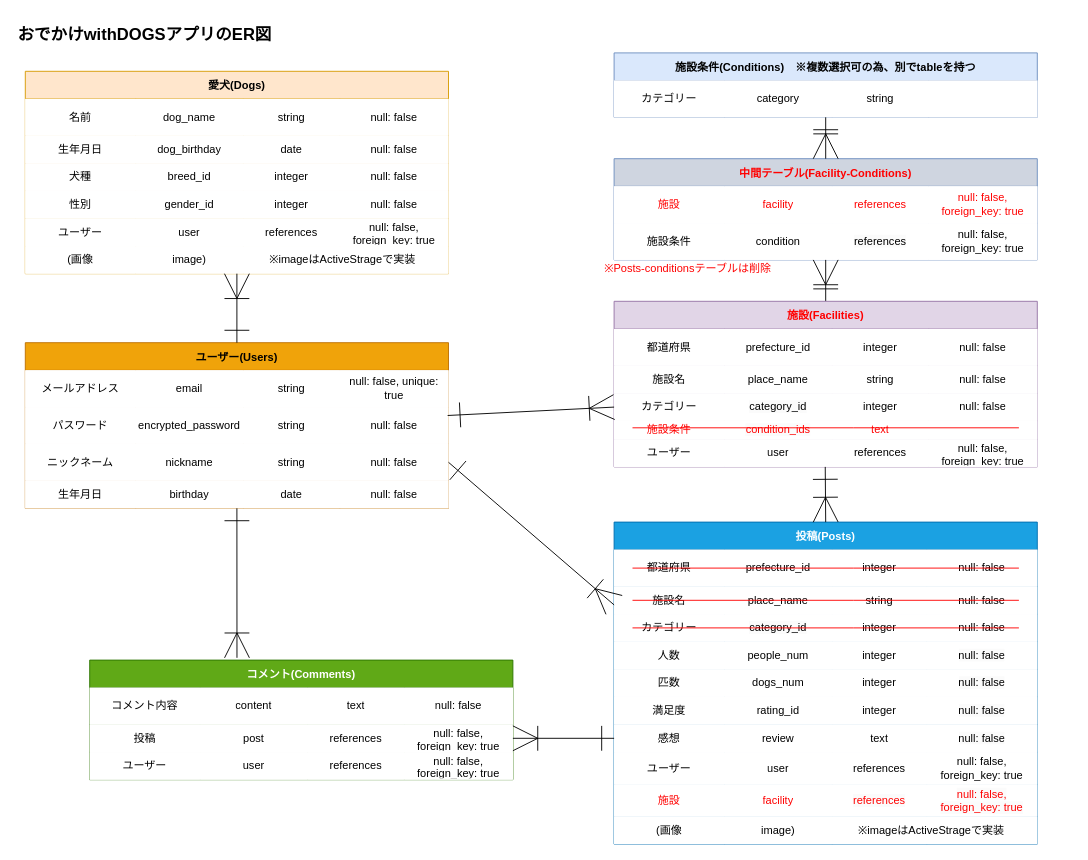
Earlier version of the draw.io diagram OwD_ER.dio (ChisatoMatoba/odekake-with-dogs). Source tidied: cells renumbered, new cells numbered last; positions are measured from the earlier drawing's top-left corner, leaving out a move shared by most shapes. Both pictures are drawn from the tidied source at 92%, with x=0, y=0 at pixel (16, 16).
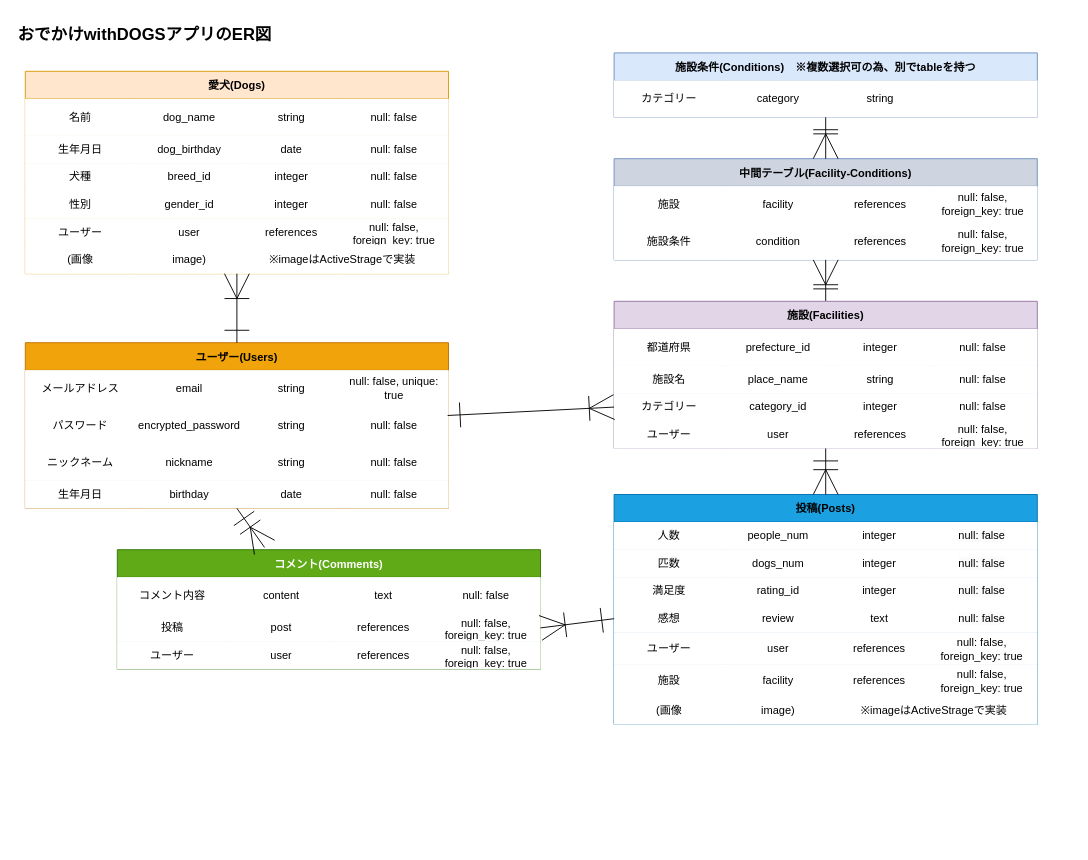
Above is the later version.

Commit message (it also covers changes not shown here):
ER図 前回変更点clear

Unchanged cells that the change refers to:
```xml
<mxCell id="65" style="shape=tableRow;horizontal=0;startSize=0;swimlaneHead=0;swimlaneBody=0;top=0;left=0;bottom=0;right=0;fillColor=#FFFFFF;points=[[0,0.5],[1,0.5]];portConstraint=eastwest;strokeColor=#000000;" parent="54" vertex="1">
  <mxGeometry y="110" width="460" height="40" as="geometry" />
</mxCell>
```

What changed in the source:
```diff
@@
-    <mxCell id="2" value="投稿(Posts)" style="shape=table;startSize=30;childLayout=tableLayout;fontStyle=1;align=center;fillColor=#1ba1e2;strokeColor=#006EAF;fontColor=#ffffff;" parent="1" vertex="1">
-      <mxGeometry x="650" y="550" width="460" height="350" as="geometry" />
+    <mxCell id="2" value="投稿(Posts)" style="shape=table;startSize=30;childLayout=tableLayout;fontStyle=1;align=center;fillColor=#1ba1e2;strokeColor=#006EAF;fontColor=#000000;" parent="1" vertex="1">
+      <mxGeometry x="650" y="520" width="460" height="250" as="geometry" />
     </mxCell>
-    <mxCell id="3" style="shape=tableRow;horizontal=0;startSize=0;swimlaneHead=0;swimlaneBody=0;top=0;left=0;bottom=0;right=0;fillColor=#FFFFFF;strokeColor=#000000;" parent="2" vertex="1">
-      <mxGeometry y="30" width="460" height="40" as="geometry" />
-    </mxCell>
-    <mxCell id="4" value="都道府県" style="shape=partialRectangle;html=1;whiteSpace=wrap;fillColor=#FFFFFF;top=0;left=0;bottom=0;right=0;overflow=hidden;strokeColor=#000000;" parent="3" vertex="1">
-      <mxGeometry width="120" height="40" as="geometry" />
-    </mxCell>
-    <mxCell id="5" value="prefecture_id" style="shape=partialRectangle;html=1;whiteSpace=wrap;fillColor=#FFFFFF;top=0;left=0;bottom=0;right=0;overflow=hidden;strokeColor=#000000;" parent="3" vertex="1">
-      <mxGeometry x="120" width="117" height="40" as="geometry" />
-    </mxCell>
-    <mxCell id="6" value="integer" style="shape=partialRectangle;html=1;whiteSpace=wrap;fillColor=#FFFFFF;top=0;left=0;bottom=0;right=0;overflow=hidden;strokeColor=#000000;" parent="3" vertex="1">
-      <mxGeometry x="237" width="103" height="40" as="geometry" />
-    </mxCell>
-    <mxCell id="7" value="null: false               " style="shape=partialRectangle;html=1;whiteSpace=wrap;fillColor=#FFFFFF;top=0;left=0;bottom=0;right=0;overflow=hidden;strokeColor=#000000;" parent="3" vertex="1">
-      <mxGeometry x="340" width="120" height="40" as="geometry" />
-    </mxCell>
-    <mxCell id="8" style="shape=tableRow;horizontal=0;startSize=0;swimlaneHead=0;swimlaneBody=0;top=0;left=0;bottom=0;right=0;fillColor=#FFFFFF;points=[[0,0.5],[1,0.5]];portConstraint=eastwest;strokeColor=#000000;" parent="2" vertex="1">
-      <mxGeometry y="70" width="460" height="30" as="geometry" />
-    </mxCell>
-    <mxCell id="9" value="施設名" style="shape=partialRectangle;html=1;whiteSpace=wrap;fillColor=#FFFFFF;top=0;left=0;bottom=0;right=0;overflow=hidden;strokeColor=#000000;" parent="8" vertex="1">
-      <mxGeometry width="120" height="30" as="geometry" />
-    </mxCell>
-    <mxCell id="10" value="place_name" style="shape=partialRectangle;html=1;whiteSpace=wrap;fillColor=#FFFFFF;top=0;left=0;bottom=0;right=0;overflow=hidden;strokeColor=#000000;" parent="8" vertex="1">
-      <mxGeometry x="120" width="117" height="30" as="geometry" />
-    </mxCell>
-    <mxCell id="11" value="string" style="shape=partialRectangle;html=1;whiteSpace=wrap;fillColor=#FFFFFF;top=0;left=0;bottom=0;right=0;overflow=hidden;strokeColor=#000000;" parent="8" vertex="1">
-      <mxGeometry x="237" width="103" height="30" as="geometry" />
-    </mxCell>
-    <mxCell id="12" value="null: false               " style="shape=partialRectangle;html=1;whiteSpace=wrap;fillColor=#FFFFFF;top=0;left=0;bottom=0;right=0;overflow=hidden;strokeColor=#000000;" parent="8" vertex="1">
-      <mxGeometry x="340" width="120" height="30" as="geometry" />
-    </mxCell>
-    <mxCell id="13" style="shape=tableRow;horizontal=0;startSize=0;swimlaneHead=0;swimlaneBody=0;top=0;left=0;bottom=0;right=0;fillColor=#FFFFFF;strokeColor=#000000;" parent="2" vertex="1">
-      <mxGeometry y="100" width="460" height="30" as="geometry" />
-    </mxCell>
-    <mxCell id="14" value="カテゴリー" style="shape=partialRectangle;html=1;whiteSpace=wrap;fillColor=#FFFFFF;top=0;left=0;bottom=0;right=0;overflow=hidden;strokeColor=#000000;" parent="13" vertex="1">
-      <mxGeometry width="120" height="30" as="geometry" />
-    </mxCell>
-    <mxCell id="15" value="&lt;span style=&quot;color: rgb(0, 0, 0); font-family: Helvetica; font-size: 12px; font-style: normal; font-variant-ligatures: normal; font-variant-caps: normal; font-weight: 400; letter-spacing: normal; orphans: 2; text-align: center; text-indent: 0px; text-transform: none; widows: 2; word-spacing: 0px; -webkit-text-stroke-width: 0px; background-color: rgb(251, 251, 251); text-decoration-thickness: initial; text-decoration-style: initial; text-decoration-color: initial; float: none; display: inline !important;&quot;&gt;category_id&lt;/span&gt;" style="shape=partialRectangle;html=1;whiteSpace=wrap;fillColor=#FFFFFF;top=0;left=0;bottom=0;right=0;overflow=hidden;strokeColor=#000000;" parent="13" vertex="1">
-      <mxGeometry x="120" width="117" height="30" as="geometry" />
-    </mxCell>
-    <mxCell id="16" value="integer" style="shape=partialRectangle;html=1;whiteSpace=wrap;fillColor=#FFFFFF;top=0;left=0;bottom=0;right=0;overflow=hidden;strokeColor=#000000;" parent="13" vertex="1">
-      <mxGeometry x="237" width="103" height="30" as="geometry" />
-    </mxCell>
-    <mxCell id="17" value="null: false" style="shape=partialRectangle;html=1;whiteSpace=wrap;fillColor=#FFFFFF;top=0;left=0;bottom=0;right=0;overflow=hidden;strokeColor=#000000;" parent="13" vertex="1">
-      <mxGeometry x="340" width="120" height="30" as="geometry" />
-    </mxCell>
     <mxCell id="18" style="shape=tableRow;horizontal=0;startSize=0;swimlaneHead=0;swimlaneBody=0;top=0;left=0;bottom=0;right=0;fillColor=#FFFFFF;strokeColor=#000000;" parent="2" vertex="1">
-      <mxGeometry y="130" width="460" height="30" as="geometry" />
+      <mxGeometry y="30" width="460" height="30" as="geometry" />
     </mxCell>
@@
     <mxCell id="23" style="shape=tableRow;horizontal=0;startSize=0;swimlaneHead=0;swimlaneBody=0;top=0;left=0;bottom=0;right=0;fillColor=#FFFFFF;strokeColor=#000000;" parent="2" vertex="1">
-      <mxGeometry y="160" width="460" height="30" as="geometry" />
+      <mxGeometry y="60" width="460" height="30" as="geometry" />
     </mxCell>
@@
     <mxCell id="28" style="shape=tableRow;horizontal=0;startSize=0;swimlaneHead=0;swimlaneBody=0;top=0;left=0;bottom=0;right=0;fillColor=#FFFFFF;strokeColor=#000000;" parent="2" vertex="1">
-      <mxGeometry y="190" width="460" height="30" as="geometry" />
+      <mxGeometry y="90" width="460" height="30" as="geometry" />
     </mxCell>
@@
     <mxCell id="33" style="shape=tableRow;horizontal=0;startSize=0;swimlaneHead=0;swimlaneBody=0;top=0;left=0;bottom=0;right=0;fillColor=#FFFFFF;points=[[0,0.5],[1,0.5]];portConstraint=eastwest;strokeColor=#000000;" parent="2" vertex="1">
-      <mxGeometry y="220" width="460" height="30" as="geometry" />
+      <mxGeometry y="120" width="460" height="30" as="geometry" />
     </mxCell>
@@
     <mxCell id="38" style="shape=tableRow;horizontal=0;startSize=0;swimlaneHead=0;swimlaneBody=0;top=0;left=0;bottom=0;right=0;fillColor=#FFFFFF;strokeColor=#000000;" parent="2" vertex="1">
-      <mxGeometry y="250" width="460" height="35" as="geometry" />
+      <mxGeometry y="150" width="460" height="35" as="geometry" />
     </mxCell>
@@
     <mxCell id="43" style="shape=tableRow;horizontal=0;startSize=0;swimlaneHead=0;swimlaneBody=0;top=0;left=0;bottom=0;right=0;fillColor=#FFFFFF;strokeColor=#000000;" parent="2" vertex="1">
-      <mxGeometry y="285" width="460" height="35" as="geometry" />
+      <mxGeometry y="185" width="460" height="35" as="geometry" />
     </mxCell>
-    <mxCell id="44" value="施設" style="shape=partialRectangle;html=1;whiteSpace=wrap;fillColor=#FFFFFF;top=0;left=0;bottom=0;right=0;overflow=hidden;strokeColor=#000000;fontColor=#FF0000;" parent="43" vertex="1">
+    <mxCell id="44" value="施設" style="shape=partialRectangle;html=1;whiteSpace=wrap;fillColor=#FFFFFF;top=0;left=0;bottom=0;right=0;overflow=hidden;strokeColor=#000000;fontColor=#000000;labelBackgroundColor=none;" parent="43" vertex="1">
       <mxGeometry width="120" height="35" as="geometry" />
     </mxCell>
-    <mxCell id="45" value="facility" style="shape=partialRectangle;html=1;whiteSpace=wrap;fillColor=#FFFFFF;top=0;left=0;bottom=0;right=0;overflow=hidden;strokeColor=#000000;fontColor=#FF0000;" parent="43" vertex="1">
+    <mxCell id="45" value="facility" style="shape=partialRectangle;html=1;whiteSpace=wrap;fillColor=#FFFFFF;top=0;left=0;bottom=0;right=0;overflow=hidden;strokeColor=#000000;fontColor=#000000;labelBackgroundColor=none;" parent="43" vertex="1">
       <mxGeometry x="120" width="117" height="35" as="geometry" />
     </mxCell>
-    <mxCell id="46" value="&lt;span style=&quot;font-family: Helvetica; font-size: 12px; font-style: normal; font-variant-ligatures: normal; font-variant-caps: normal; font-weight: 400; letter-spacing: normal; orphans: 2; text-align: center; text-indent: 0px; text-transform: none; widows: 2; word-spacing: 0px; -webkit-text-stroke-width: 0px; background-color: rgb(251, 251, 251); text-decoration-thickness: initial; text-decoration-style: initial; text-decoration-color: initial; float: none; display: inline !important;&quot;&gt;references&lt;/span&gt;" style="shape=partialRectangle;html=1;whiteSpace=wrap;fillColor=#FFFFFF;top=0;left=0;bottom=0;right=0;overflow=hidden;strokeColor=#000000;fontColor=#FF0000;" parent="43" vertex="1">
+    <mxCell id="46" value="&lt;span style=&quot;font-family: Helvetica; font-size: 12px; font-style: normal; font-variant-ligatures: normal; font-variant-caps: normal; font-weight: 400; letter-spacing: normal; orphans: 2; text-align: center; text-indent: 0px; text-transform: none; widows: 2; word-spacing: 0px; -webkit-text-stroke-width: 0px; text-decoration-thickness: initial; text-decoration-style: initial; text-decoration-color: initial; float: none; display: inline !important;&quot;&gt;references&lt;/span&gt;" style="shape=partialRectangle;html=1;whiteSpace=wrap;fillColor=#FFFFFF;top=0;left=0;bottom=0;right=0;overflow=hidden;strokeColor=#000000;fontColor=#000000;labelBackgroundColor=none;" parent="43" vertex="1">
       <mxGeometry x="237" width="103" height="35" as="geometry" />
     </mxCell>
-    <mxCell id="47" value="&lt;span style=&quot;font-family: Helvetica; font-size: 12px; font-style: normal; font-variant-ligatures: normal; font-variant-caps: normal; font-weight: 400; letter-spacing: normal; orphans: 2; text-align: center; text-indent: 0px; text-transform: none; widows: 2; word-spacing: 0px; -webkit-text-stroke-width: 0px; background-color: rgb(251, 251, 251); text-decoration-thickness: initial; text-decoration-style: initial; text-decoration-color: initial; float: none; display: inline !important;&quot;&gt;null: false, foreign_key: true&lt;/span&gt;" style="shape=partialRectangle;html=1;whiteSpace=wrap;fillColor=#FFFFFF;top=0;left=0;bottom=0;right=0;overflow=hidden;strokeColor=#000000;fontColor=#FF0000;" parent="43" vertex="1">
+    <mxCell id="47" value="&lt;span style=&quot;font-family: Helvetica; font-size: 12px; font-style: normal; font-variant-ligatures: normal; font-variant-caps: normal; font-weight: 400; letter-spacing: normal; orphans: 2; text-align: center; text-indent: 0px; text-transform: none; widows: 2; word-spacing: 0px; -webkit-text-stroke-width: 0px; text-decoration-thickness: initial; text-decoration-style: initial; text-decoration-color: initial; float: none; display: inline !important;&quot;&gt;null: false, foreign_key: true&lt;/span&gt;" style="shape=partialRectangle;html=1;whiteSpace=wrap;fillColor=#FFFFFF;top=0;left=0;bottom=0;right=0;overflow=hidden;strokeColor=#000000;fontColor=#000000;labelBackgroundColor=none;" parent="43" vertex="1">
       <mxGeometry x="340" width="120" height="35" as="geometry" />
     </mxCell>
     <mxCell id="48" style="shape=tableRow;horizontal=0;startSize=0;swimlaneHead=0;swimlaneBody=0;top=0;left=0;bottom=0;right=0;fillColor=#FFFFFF;strokeColor=#000000;" parent="2" vertex="1">
-      <mxGeometry y="320" width="460" height="30" as="geometry" />
+      <mxGeometry y="220" width="460" height="30" as="geometry" />
     </mxCell>
@@
     <mxCell id="106" value="コメント(Comments)" style="shape=table;startSize=30;childLayout=tableLayout;fontStyle=1;align=center;fillColor=#60a917;strokeColor=#2D7600;fontColor=#ffffff;" parent="1" vertex="1">
-      <mxGeometry x="80" y="700" width="460" height="130" as="geometry" />
+      <mxGeometry x="110" y="580" width="460" height="130" as="geometry" />
     </mxCell>
@@
-    <mxCell id="122" style="fontSize=12;html=1;endArrow=ERoneToMany;exitX=1;exitY=0.5;exitDx=0;exitDy=0;entryX=0;entryY=0.667;entryDx=0;entryDy=0;strokeWidth=1;startSize=25;endSize=25;startArrow=ERone;startFill=0;fillColor=#FFFFFF;strokeColor=#000000;entryPerimeter=0;" parent="1" edge="1" source="65" target="8">
-      <mxGeometry relative="1" as="geometry" />
-    </mxCell>
@@
-    <mxCell id="133" value="中間テーブル(Facility-Conditions)" style="shape=table;startSize=30;childLayout=tableLayout;fontStyle=1;align=center;fillColor=#CFD5E0;strokeColor=#6c8ebf;fontColor=#FF0000;" parent="1" vertex="1">
+    <mxCell id="133" value="中間テーブル(Facility-Conditions)" style="shape=table;startSize=30;childLayout=tableLayout;fontStyle=1;align=center;fillColor=#CFD5E0;strokeColor=#6c8ebf;fontColor=#000000;" parent="1" vertex="1">
       <mxGeometry x="650" y="155" width="460" height="110" as="geometry" />
     </mxCell>
-    <mxCell id="134" style="shape=tableRow;horizontal=0;startSize=0;swimlaneHead=0;swimlaneBody=0;top=0;left=0;bottom=0;right=0;fillColor=#FFFFFF;strokeColor=#000000;" parent="133" vertex="1">
+    <mxCell id="134" style="shape=tableRow;horizontal=0;startSize=0;swimlaneHead=0;swimlaneBody=0;top=0;left=0;bottom=0;right=0;fillColor=#FFFFFF;strokeColor=#000000;fontColor=#000000;" parent="133" vertex="1">
       <mxGeometry y="30" width="460" height="40" as="geometry" />
     </mxCell>
-    <mxCell id="135" value="&lt;font color=&quot;#ff0000&quot;&gt;施設&lt;/font&gt;" style="shape=partialRectangle;html=1;whiteSpace=wrap;fillColor=#FFFFFF;top=0;left=0;bottom=0;right=0;overflow=hidden;strokeColor=#000000;" parent="134" vertex="1">
+    <mxCell id="135" value="&lt;font&gt;施設&lt;/font&gt;" style="shape=partialRectangle;html=1;whiteSpace=wrap;fillColor=#FFFFFF;top=0;left=0;bottom=0;right=0;overflow=hidden;strokeColor=#000000;fontColor=#000000;" parent="134" vertex="1">
       <mxGeometry width="120" height="40" as="geometry" />
     </mxCell>
-    <mxCell id="136" value="&lt;font color=&quot;#ff0000&quot;&gt;facility&lt;/font&gt;" style="shape=partialRectangle;html=1;whiteSpace=wrap;fillColor=#FFFFFF;top=0;left=0;bottom=0;right=0;overflow=hidden;strokeColor=#000000;" parent="134" vertex="1">
+    <mxCell id="136" value="&lt;font&gt;facility&lt;/font&gt;" style="shape=partialRectangle;html=1;whiteSpace=wrap;fillColor=#FFFFFF;top=0;left=0;bottom=0;right=0;overflow=hidden;strokeColor=#000000;fontColor=#000000;" parent="134" vertex="1">
       <mxGeometry x="120" width="117" height="40" as="geometry" />
     </mxCell>
-    <mxCell id="137" value="references" style="shape=partialRectangle;html=1;whiteSpace=wrap;fillColor=#FFFFFF;top=0;left=0;bottom=0;right=0;overflow=hidden;strokeColor=#000000;fontColor=#FF0000;" parent="134" vertex="1">
+    <mxCell id="137" value="references" style="shape=partialRectangle;html=1;whiteSpace=wrap;fillColor=#FFFFFF;top=0;left=0;bottom=0;right=0;overflow=hidden;strokeColor=#000000;fontColor=#000000;" parent="134" vertex="1">
       <mxGeometry x="237" width="105" height="40" as="geometry" />
     </mxCell>
-    <mxCell id="138" value="null: false, foreign_key: true" style="shape=partialRectangle;html=1;whiteSpace=wrap;fillColor=#FFFFFF;top=0;left=0;bottom=0;right=0;overflow=hidden;strokeColor=#000000;fontColor=#FF0000;" parent="134" vertex="1">
+    <mxCell id="138" value="null: false, foreign_key: true" style="shape=partialRectangle;html=1;whiteSpace=wrap;fillColor=#FFFFFF;top=0;left=0;bottom=0;right=0;overflow=hidden;strokeColor=#000000;fontColor=#000000;" parent="134" vertex="1">
       <mxGeometry x="342" width="118" height="40" as="geometry" />
     </mxCell>
@@
-    <mxCell id="144" value="※imageはActiveStrageで実装" style="text;html=1;strokeColor=none;fillColor=none;align=center;verticalAlign=middle;whiteSpace=wrap;rounded=0;" parent="1" vertex="1">
-      <mxGeometry x="860" y="870" width="270" height="30" as="geometry" />
-    </mxCell>
@@
-    <mxCell id="147" value="施設(Facilities)" style="shape=table;startSize=30;childLayout=tableLayout;fontStyle=1;align=center;fillColor=#e1d5e7;strokeColor=#9673a6;fontColor=#FF0000;" parent="1" vertex="1">
-      <mxGeometry x="650" y="310" width="460" height="180" as="geometry" />
+    <mxCell id="147" value="施設(Facilities)" style="shape=table;startSize=30;childLayout=tableLayout;fontStyle=1;align=center;fillColor=#e1d5e7;strokeColor=#9673a6;fontColor=#000000;" parent="1" vertex="1">
+      <mxGeometry x="650" y="310" width="460" height="160" as="geometry" />
     </mxCell>
@@
-    <mxCell id="163" style="shape=tableRow;horizontal=0;startSize=0;swimlaneHead=0;swimlaneBody=0;top=0;left=0;bottom=0;right=0;fillColor=#FFFFFF;strokeColor=#000000;" parent="147" vertex="1">
-      <mxGeometry y="130" width="460" height="20" as="geometry" />
-    </mxCell>
-    <mxCell id="164" value="施設条件" style="shape=partialRectangle;html=1;whiteSpace=wrap;fillColor=#FFFFFF;top=0;left=0;bottom=0;right=0;overflow=hidden;strokeColor=#000000;fontColor=#FF0000;" parent="163" vertex="1">
-      <mxGeometry width="120" height="20" as="geometry" />
-    </mxCell>
-    <mxCell id="165" value="&lt;span style=&quot;font-family: Helvetica; font-size: 12px; font-style: normal; font-variant-ligatures: normal; font-variant-caps: normal; font-weight: 400; letter-spacing: normal; orphans: 2; text-align: center; text-indent: 0px; text-transform: none; widows: 2; word-spacing: 0px; -webkit-text-stroke-width: 0px; background-color: rgb(251, 251, 251); text-decoration-thickness: initial; text-decoration-style: initial; text-decoration-color: initial; float: none; display: inline !important;&quot;&gt;condition_ids&lt;/span&gt;" style="shape=partialRectangle;html=1;whiteSpace=wrap;fillColor=#FFFFFF;top=0;left=0;bottom=0;right=0;overflow=hidden;strokeColor=#000000;fontColor=#FF0000;" parent="163" vertex="1">
-      <mxGeometry x="120" width="117" height="20" as="geometry" />
-    </mxCell>
-    <mxCell id="166" value="text" style="shape=partialRectangle;html=1;whiteSpace=wrap;fillColor=#FFFFFF;top=0;left=0;bottom=0;right=0;overflow=hidden;strokeColor=#000000;fontColor=#FF0000;" parent="163" vertex="1">
-      <mxGeometry x="237" width="105" height="20" as="geometry" />
-    </mxCell>
-    <mxCell id="167" style="shape=partialRectangle;html=1;whiteSpace=wrap;fillColor=#FFFFFF;top=0;left=0;bottom=0;right=0;overflow=hidden;strokeColor=#000000;" parent="163" vertex="1">
-      <mxGeometry x="342" width="118" height="20" as="geometry" />
-    </mxCell>
     <mxCell id="168" style="shape=tableRow;horizontal=0;startSize=0;swimlaneHead=0;swimlaneBody=0;top=0;left=0;bottom=0;right=0;fillColor=#FFFFFF;strokeColor=#000000;" parent="147" vertex="1">
-      <mxGeometry y="150" width="460" height="30" as="geometry" />
+      <mxGeometry y="130" width="460" height="30" as="geometry" />
     </mxCell>
@@
-    <mxCell id="173" style="endArrow=none;html=1;fontColor=#FF0000;strokeColor=#FF0000;" parent="1" edge="1">
-      <mxGeometry relative="1" as="geometry">
-        <mxPoint x="670" y="600" as="sourcePoint" />
-        <mxPoint x="1090" y="600" as="targetPoint" />
-        <Array as="points">
-          <mxPoint x="920" y="600" />
-        </Array>
-      </mxGeometry>
-    </mxCell>
-    <mxCell id="174" style="endArrow=none;html=1;strokeColor=#FF0000;" parent="1" edge="1">
-      <mxGeometry relative="1" as="geometry">
-        <mxPoint x="670" y="635" as="sourcePoint" />
-        <mxPoint x="1090" y="635" as="targetPoint" />
-        <Array as="points">
-          <mxPoint x="920" y="635" />
-        </Array>
-      </mxGeometry>
-    </mxCell>
-    <mxCell id="175" style="endArrow=none;html=1;strokeColor=#FF0000;" parent="1" edge="1">
-      <mxGeometry relative="1" as="geometry">
-        <mxPoint x="670" y="665" as="sourcePoint" />
-        <mxPoint x="1090" y="665" as="targetPoint" />
-        <Array as="points">
-          <mxPoint x="920" y="665" />
-        </Array>
-      </mxGeometry>
-    </mxCell>
@@
-    <mxCell id="177" style="fontSize=12;html=1;endArrow=ERoneToMany;exitX=0.5;exitY=1;exitDx=0;exitDy=0;entryX=0.5;entryY=0;entryDx=0;entryDy=0;strokeWidth=1;startSize=25;endSize=25;startArrow=ERone;startFill=0;fillColor=#FFFFFF;strokeColor=#000000;" parent="1" edge="1" target="2">
-      <mxGeometry relative="1" as="geometry">
-        <mxPoint x="879.5" y="490" as="sourcePoint" />
-      </mxGeometry>
+    <mxCell id="177" style="fontSize=12;html=1;endArrow=ERoneToMany;exitX=0.5;exitY=1;exitDx=0;exitDy=0;entryX=0.5;entryY=0;entryDx=0;entryDy=0;strokeWidth=1;startSize=25;endSize=25;startArrow=ERone;startFill=0;fillColor=#FFFFFF;strokeColor=#000000;" parent="1" edge="1" source="147" target="2">
+      <mxGeometry relative="1" as="geometry" />
     </mxCell>
-    <mxCell id="178" value="※Posts-conditionsテーブルは削除" style="text;html=1;align=center;verticalAlign=middle;strokeColor=none;fillColor=none;fontColor=#FF0000;" parent="1" vertex="1">
-      <mxGeometry x="630" y="260" width="200" height="30" as="geometry" />
-    </mxCell>
-    <mxCell id="179" style="endArrow=none;html=1;fontColor=#FF0000;strokeColor=#FF0000;" parent="1" edge="1">
-      <mxGeometry relative="1" as="geometry">
-        <mxPoint x="670" y="447.5" as="sourcePoint" />
-        <mxPoint x="1090" y="447.5" as="targetPoint" />
-        <Array as="points">
-          <mxPoint x="920" y="447.5" />
-        </Array>
-      </mxGeometry>
+    <mxCell id="179" style="group;" parent="1" vertex="1">
+      <mxGeometry x="660" y="550" width="489" height="250" as="geometry" />
     </mxCell>
+    <mxCell id="144" value="※imageはActiveStrageで実装" style="text;html=1;strokeColor=none;fillColor=none;align=center;verticalAlign=middle;whiteSpace=wrap;rounded=0;" parent="179" vertex="1">
+      <mxGeometry x="203" y="190" width="270" height="30" as="geometry" />
+    </mxCell>
```
